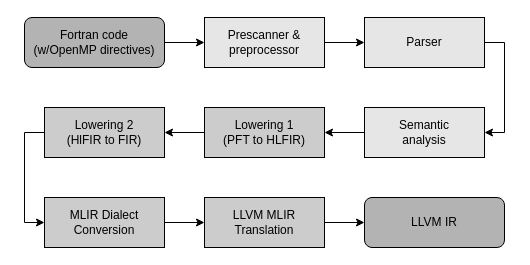
The draw.io diagram figures/flang_compiler_phases_overview.drawio in mjklemm/paper-Flang_Paper_for_LLVM_in_HPC_Workshop, before the edit. Source tidied: cells renumbered, new cells numbered last; positions are measured from the earlier drawing's top-left corner, leaving out a move shared by most shapes. Both pictures are drawn from the tidied source at 100%, with x=0, y=0 at pixel (24, 17).
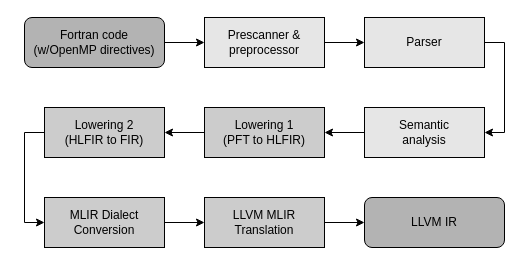
After the change.

Commit message (it also covers changes not shown here):
Fix typo in Fig. 1

Change to the diagram source:
```diff
@@
 <mxGraphModel>
   <root>
     <mxCell id="0" />
     <mxCell id="1" parent="0" />
     <mxCell id="2" style="edgeStyle=orthogonalEdgeStyle;rounded=0;jettySize=auto;html=1;exitX=1;exitY=0.5;exitDx=0;exitDy=0;entryX=0;entryY=0.5;entryDx=0;entryDy=0;" parent="1" edge="1" source="3" target="5">
       <mxGeometry relative="1" as="geometry" />
     </mxCell>
     <mxCell id="3" value="Prescanner &amp;amp;&lt;br&gt;preprocessor" style="rounded=0;whiteSpace=wrap;html=1;fillColor=#E6E6E6;" parent="1" vertex="1">
       <mxGeometry x="180" width="120" height="50" as="geometry" />
     </mxCell>
     <mxCell id="4" style="edgeStyle=orthogonalEdgeStyle;rounded=0;jettySize=auto;html=1;exitX=1;exitY=0.5;exitDx=0;exitDy=0;entryX=1;entryY=0.5;entryDx=0;entryDy=0;" parent="1" edge="1" source="5" target="7">
       <mxGeometry relative="1" as="geometry" />
     </mxCell>
     <mxCell id="5" value="Parser" style="rounded=0;whiteSpace=wrap;html=1;fillColor=#E6E6E6;" parent="1" vertex="1">
       <mxGeometry x="340" width="120" height="50" as="geometry" />
     </mxCell>
     <mxCell id="6" style="edgeStyle=orthogonalEdgeStyle;rounded=0;jettySize=auto;html=1;exitX=0;exitY=0.5;exitDx=0;exitDy=0;entryX=1;entryY=0.5;entryDx=0;entryDy=0;" parent="1" edge="1" source="7" target="9">
       <mxGeometry relative="1" as="geometry" />
     </mxCell>
     <mxCell id="7" value="Semantic&lt;div&gt;analysis&lt;/div&gt;" style="rounded=0;whiteSpace=wrap;html=1;fillColor=#E6E6E6;" parent="1" vertex="1">
       <mxGeometry x="340" y="90" width="120" height="50" as="geometry" />
     </mxCell>
     <mxCell id="8" style="edgeStyle=orthogonalEdgeStyle;rounded=0;jettySize=auto;html=1;exitX=0;exitY=0.5;exitDx=0;exitDy=0;" parent="1" edge="1" source="9" target="11">
       <mxGeometry relative="1" as="geometry" />
     </mxCell>
     <mxCell id="9" value="Lowering 1&lt;div&gt;(PFT to HLFIR)&lt;/div&gt;" style="rounded=0;whiteSpace=wrap;html=1;fillColor=#CCCCCC;" parent="1" vertex="1">
       <mxGeometry x="180" y="90" width="120" height="50" as="geometry" />
     </mxCell>
     <mxCell id="10" style="edgeStyle=orthogonalEdgeStyle;rounded=0;jettySize=auto;html=1;exitX=0;exitY=0.5;exitDx=0;exitDy=0;entryX=0;entryY=0.5;entryDx=0;entryDy=0;" parent="1" edge="1" source="11" target="13">
       <mxGeometry relative="1" as="geometry" />
     </mxCell>
-    <mxCell id="11" value="Lowering 2&lt;div&gt;(HlFIR to FIR)&lt;/div&gt;" style="rounded=0;whiteSpace=wrap;html=1;fillColor=#CCCCCC;" parent="1" vertex="1">
+    <mxCell id="11" value="Lowering 2&lt;div&gt;(HLFIR to FIR)&lt;/div&gt;" style="rounded=0;whiteSpace=wrap;html=1;fillColor=#CCCCCC;" parent="1" vertex="1">
       <mxGeometry x="20" y="90" width="120" height="50" as="geometry" />
     </mxCell>
     <mxCell id="12" style="edgeStyle=orthogonalEdgeStyle;rounded=0;jettySize=auto;html=1;exitX=1;exitY=0.5;exitDx=0;exitDy=0;entryX=0;entryY=0.5;entryDx=0;entryDy=0;" parent="1" edge="1" source="13" target="15">
       <mxGeometry relative="1" as="geometry" />
     </mxCell>
     <mxCell id="13" value="MLIR Dialect Conversion" style="rounded=0;whiteSpace=wrap;html=1;fillColor=#CCCCCC;" parent="1" vertex="1">
       <mxGeometry x="20" y="180" width="120" height="50" as="geometry" />
     </mxCell>
     <mxCell id="14" style="edgeStyle=orthogonalEdgeStyle;rounded=0;jettySize=auto;html=1;exitX=1;exitY=0.5;exitDx=0;exitDy=0;entryX=0;entryY=0.5;entryDx=0;entryDy=0;" parent="1" edge="1" source="15" target="18">
       <mxGeometry relative="1" as="geometry" />
     </mxCell>
     <mxCell id="15" value="LLVM MLIR&lt;div&gt;Translation&lt;/div&gt;" style="rounded=0;whiteSpace=wrap;html=1;fillColor=#CCCCCC;" parent="1" vertex="1">
       <mxGeometry x="180" y="180" width="120" height="50" as="geometry" />
     </mxCell>
     <mxCell id="16" style="edgeStyle=orthogonalEdgeStyle;rounded=0;jettySize=auto;html=1;exitX=1;exitY=0.5;exitDx=0;exitDy=0;entryX=0;entryY=0.5;entryDx=0;entryDy=0;" parent="1" edge="1" source="17" target="3">
       <mxGeometry relative="1" as="geometry" />
     </mxCell>
     <mxCell id="17" value="Fortran code&lt;br&gt;(w/OpenMP directives)" style="rounded=1;whiteSpace=wrap;html=1;gradientColor=none;strokeColor=default;fillColor=#B3B3B3;" parent="1" vertex="1">
       <mxGeometry width="140" height="50" as="geometry" />
     </mxCell>
     <mxCell id="18" value="LLVM IR" style="rounded=1;whiteSpace=wrap;html=1;fillColor=#B3B3B3;" parent="1" vertex="1">
       <mxGeometry x="340" y="180" width="140" height="50" as="geometry" />
     </mxCell>
   </root>
 </mxGraphModel>
```
